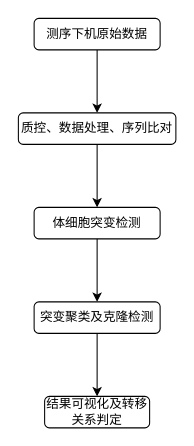
muyonglin/muyonglin.github.io keeps this draw.io diagram as Untitled Diagram.drawio. Above is the earlier version. Source tidied: cells renumbered, new cells numbered last; positions are measured from the earlier drawing's top-left corner, leaving out a move shared by most shapes. Both pictures are drawn from the tidied source at 105%, with x=0, y=0 at pixel (18, 18).
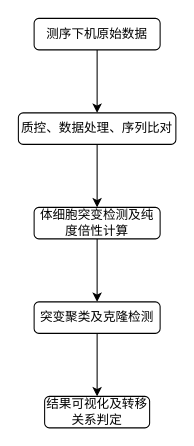
The same page after the edit.

What changed in the source:
```diff
@@
 <mxGraphModel>
   <root>
     <mxCell id="0" />
     <mxCell id="1" parent="0" />
     <mxCell id="2" style="edgeStyle=orthogonalEdgeStyle;rounded=0;jettySize=auto;html=1;exitX=0.5;exitY=1;exitDx=0;exitDy=0;" parent="1" edge="1" source="3">
       <mxGeometry relative="1" as="geometry">
         <mxPoint x="75" y="90" as="targetPoint" />
       </mxGeometry>
     </mxCell>
     <mxCell id="3" value="测序下机原始数据" style="rounded=1;whiteSpace=wrap;html=1;" parent="1" vertex="1">
       <mxGeometry x="15" width="120" height="30" as="geometry" />
     </mxCell>
     <mxCell id="4" style="edgeStyle=orthogonalEdgeStyle;rounded=0;jettySize=auto;html=1;exitX=0.5;exitY=1;exitDx=0;exitDy=0;entryX=0.5;entryY=0;entryDx=0;entryDy=0;" parent="1" edge="1" source="5" target="9">
       <mxGeometry relative="1" as="geometry" />
     </mxCell>
-    <mxCell id="5" value="体细胞突变检测" style="rounded=1;whiteSpace=wrap;html=1;" parent="1" vertex="1">
+    <mxCell id="5" value="体细胞突变检测及纯度倍性计算" style="rounded=1;whiteSpace=wrap;html=1;" parent="1" vertex="1">
       <mxGeometry x="15" y="180" width="120" height="30" as="geometry" />
     </mxCell>
     <mxCell id="6" style="edgeStyle=orthogonalEdgeStyle;rounded=0;jettySize=auto;html=1;exitX=0.5;exitY=1;exitDx=0;exitDy=0;" parent="1" edge="1" source="7">
       <mxGeometry relative="1" as="geometry">
         <mxPoint x="75" y="180" as="targetPoint" />
       </mxGeometry>
     </mxCell>
     <mxCell id="7" value="质控、数据处理、序列比对" style="rounded=1;whiteSpace=wrap;html=1;" parent="1" vertex="1">
       <mxGeometry y="90" width="150" height="30" as="geometry" />
     </mxCell>
     <mxCell id="8" style="edgeStyle=orthogonalEdgeStyle;rounded=0;jettySize=auto;html=1;exitX=0.5;exitY=1;exitDx=0;exitDy=0;entryX=0.5;entryY=0;entryDx=0;entryDy=0;" parent="1" edge="1" source="9" target="10">
       <mxGeometry relative="1" as="geometry" />
     </mxCell>
     <mxCell id="9" value="突变聚类及克隆检测" style="rounded=1;whiteSpace=wrap;html=1;" parent="1" vertex="1">
       <mxGeometry x="15" y="270" width="120" height="30" as="geometry" />
     </mxCell>
     <mxCell id="10" value="结果可视化及转移关系判定" style="rounded=1;whiteSpace=wrap;html=1;" parent="1" vertex="1">
       <mxGeometry x="25" y="360" width="100" height="30" as="geometry" />
     </mxCell>
   </root>
 </mxGraphModel>
```
